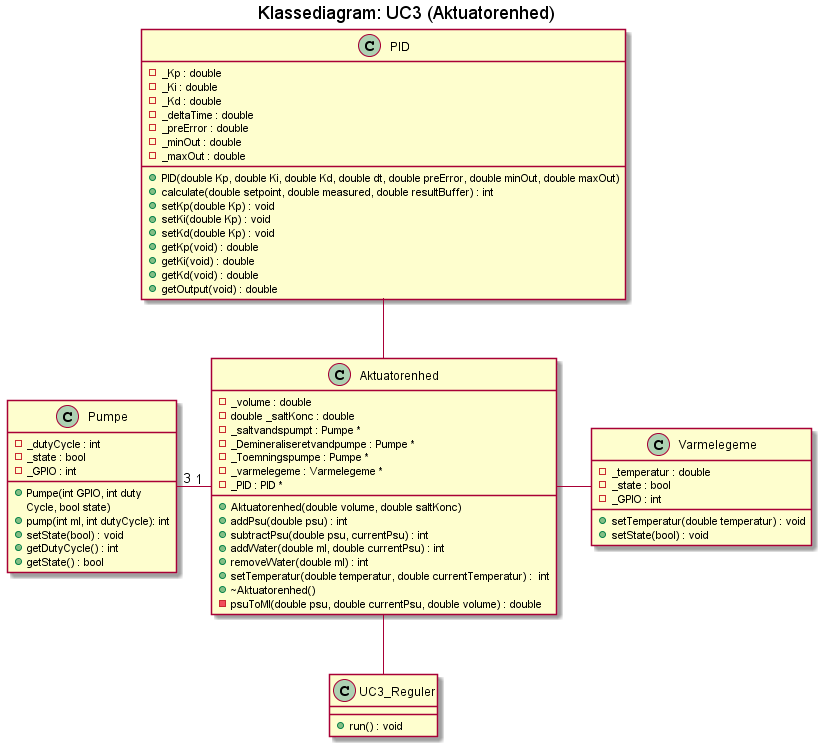
The PlantUML diagram Design/Akutuator enhed/Domnaemodel_AE/out/AE_klassediagram/Klassediagram  UC3 (Aktuatorenhed).png in Solvgraa-mager/E4PRJ4, before a commit. Its diagram source:
```plantuml
@startuml
title Klassediagram: UC3 (Aktuatorenhed)


class Pumpe {
  - _dutyCycle : int
  - _state : bool
  - _GPIO : int

  +Pumpe(int GPIO, int duty
  Cycle, bool state)
  +pump(int ml, int dutyCycle): int
  +setState(bool) : void
  +getDutyCycle() : int
  +getState() : bool
}

class Varmelegeme {
  -_temperatur : double
  -_state : bool
  -_GPIO : int

  +setTemperatur(double temperatur) : void
  +setState(bool) : void
}
class PID
{
  -_Kp : double
  -_Ki : double
  -_Kd : double
  -_deltaTime : double
  -_preError : double
  -_minOut : double
  -_maxOut : double

  +PID(double Kp, double Ki, double Kd, double dt, double preError, double minOut, double maxOut)
  +calculate(double setpoint, double measured, double resultBuffer) : int
  +setKp(double Kp) : void
  +setKi(double Kp) : void
  +setKd(double Kp) : void
  +getKp(void) : double
  +getKi(void) : double
  +getKd(void) : double
  +getOutput(void) : double
}

class UC3_Reguler {
  +run() : void
}


class Aktuatorenhed
{
  -_volume : double
  -double _saltKonc : double
  -_saltvandspumpt : Pumpe *
  -_Demineraliseretvandpumpe : Pumpe *
  -_Toemningspumpe : Pumpe *
  -_varmelegeme : Varmelegeme *
  -_PID : PID *

  + Aktuatorenhed(double volume, double saltKonc)
  + addPsu(double psu) : int
  + subtractPsu(double psu, currentPsu) : int
  + addWater(double ml, double currentPsu) : int
  + removeWater(double ml) : int
  + setTemperatur(double temperatur, double currentTemperatur) :  int
  + ~Aktuatorenhed()
  - psuToMl(double psu, double currentPsu, double volume) : double

}

PID -- Aktuatorenhed
Aktuatorenhed -- UC3_Reguler
Pumpe "3" - "1" Aktuatorenhed
Aktuatorenhed - Varmelegeme


@enduml
```
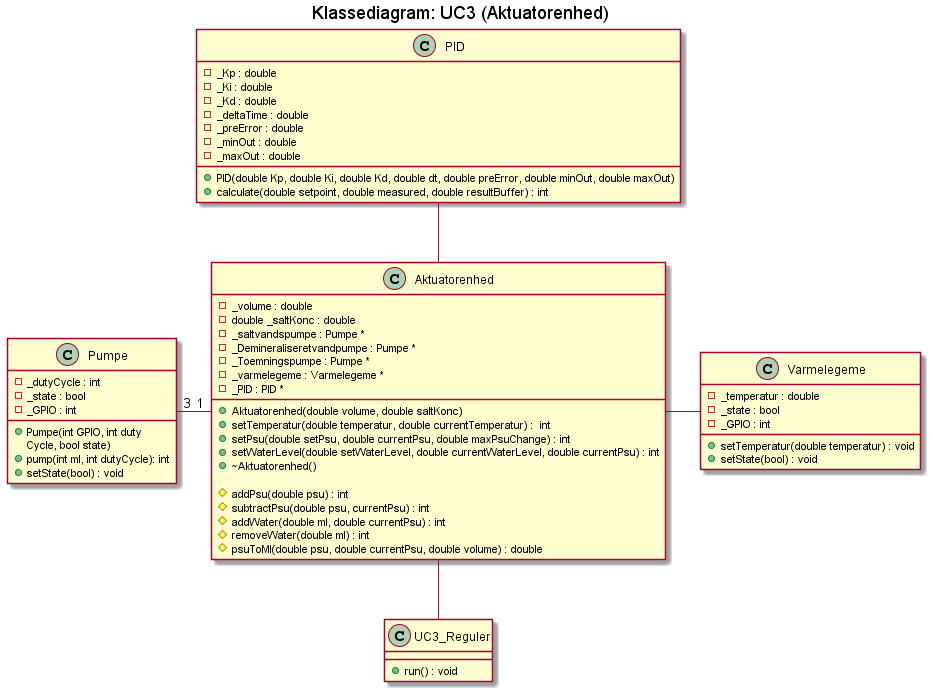
After the commit.

Change to the diagram source:
```diff
@@ -11,8 +11,6 @@
   Cycle, bool state)
   +pump(int ml, int dutyCycle): int
   +setState(bool) : void
-  +getDutyCycle() : int
-  +getState() : bool
 }
 
 class Varmelegeme {
@@ -35,13 +33,6 @@
 
   +PID(double Kp, double Ki, double Kd, double dt, double preError, double minOut, double maxOut)
   +calculate(double setpoint, double measured, double resultBuffer) : int
-  +setKp(double Kp) : void
-  +setKi(double Kp) : void
-  +setKd(double Kp) : void
-  +getKp(void) : double
-  +getKi(void) : double
-  +getKd(void) : double
-  +getOutput(void) : double
 }
 
 class UC3_Reguler {
@@ -53,20 +44,23 @@
 {
   -_volume : double
   -double _saltKonc : double
-  -_saltvandspumpt : Pumpe *
+  -_saltvandspumpe : Pumpe *
   -_Demineraliseretvandpumpe : Pumpe *
   -_Toemningspumpe : Pumpe *
   -_varmelegeme : Varmelegeme *
   -_PID : PID *
 
   + Aktuatorenhed(double volume, double saltKonc)
-  + addPsu(double psu) : int
-  + subtractPsu(double psu, currentPsu) : int
-  + addWater(double ml, double currentPsu) : int
-  + removeWater(double ml) : int
   + setTemperatur(double temperatur, double currentTemperatur) :  int
+  + setPsu(double setPsu, double currentPsu, double maxPsuChange) : int
+  + setWaterLevel(double setWaterLevel, double currentWaterLevel, double currentPsu) : int
   + ~Aktuatorenhed()
-  - psuToMl(double psu, double currentPsu, double volume) : double
+
+  # addPsu(double psu) : int
+  # subtractPsu(double psu, currentPsu) : int
+  # addWater(double ml, double currentPsu) : int
+  # removeWater(double ml) : int
+  # psuToMl(double psu, double currentPsu, double volume) : double
 
 }
 
```
